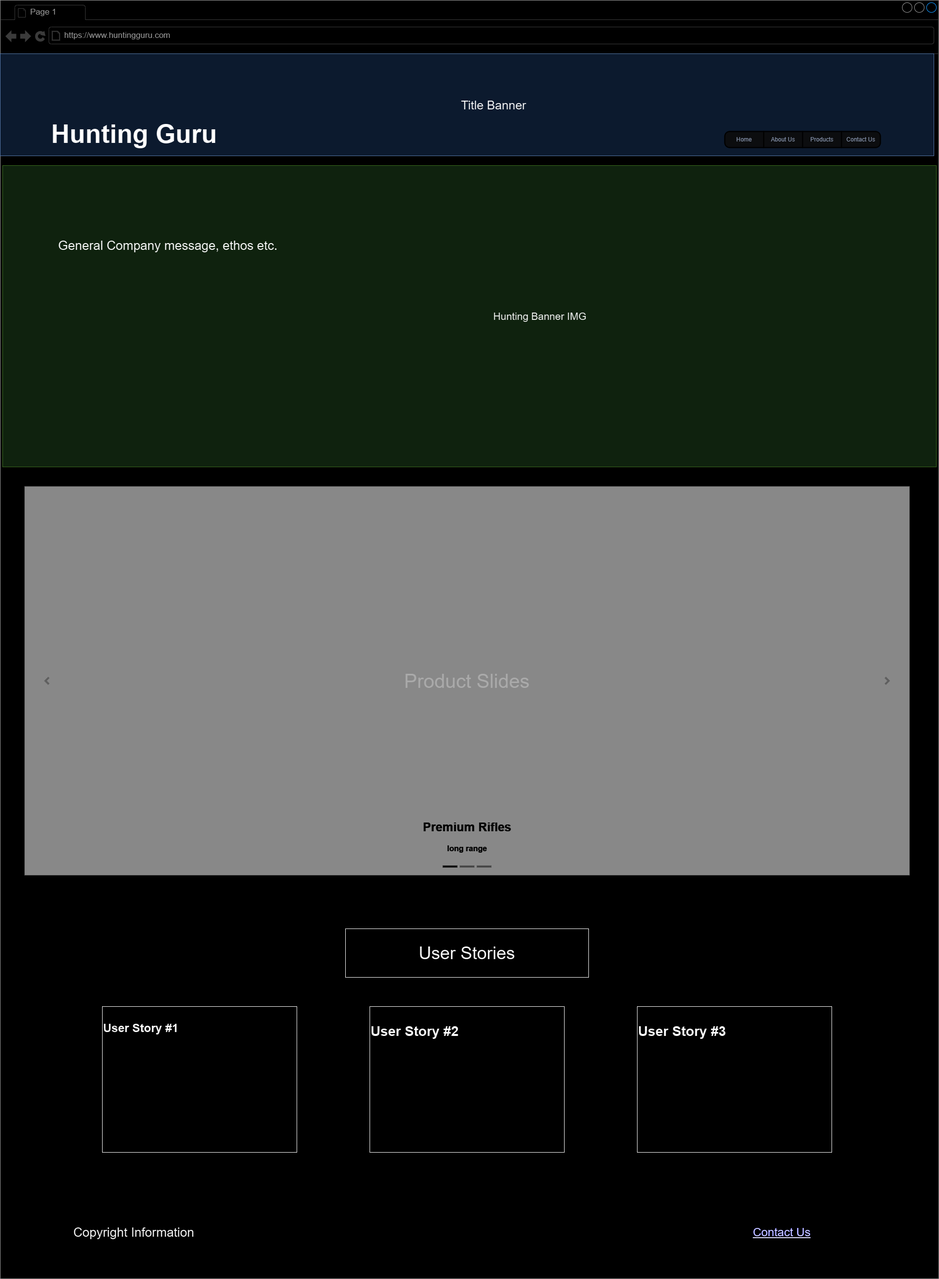
This is Wireframe/HuntingWebsiteTemplate.png from Mccomjon/Hunting-Product-Website, a draw.io export, as it was before one commit. Source tidied: cells renumbered, new cells last; positions are measured from the earlier drawing's top-left corner, leaving out a move shared by most shapes. Source of this version:
```xml
<mxGraphModel>
  <root>
    <mxCell id="0" />
    <mxCell id="1" parent="0" />
    <mxCell id="2" style="strokeWidth=1;shadow=0;dashed=0;align=center;html=1;shape=mxgraph.mockup.containers.browserWindow;rSize=0;strokeColor=#666666;mainText=,;rounded=0;labelBackgroundColor=none;fontFamily=Verdana;fontSize=12;" parent="1" vertex="1">
      <mxGeometry width="1930" height="2630" as="geometry" />
    </mxCell>
    <mxCell id="3" style="rounded=0;whiteSpace=wrap;html=1;fillColor=#dae8fc;strokeColor=#6c8ebf;" parent="2" vertex="1">
      <mxGeometry y="110" width="1920" height="210" as="geometry" />
    </mxCell>
    <mxCell id="4" value="Page 1" style="strokeWidth=1;shadow=0;dashed=0;align=center;html=1;shape=mxgraph.mockup.containers.anchor;fontSize=17;fontColor=#666666;align=left;" parent="2" vertex="1">
      <mxGeometry x="60" y="12" width="110" height="26" as="geometry" />
    </mxCell>
    <mxCell id="5" value="https://www.huntingguru.com" style="strokeWidth=1;shadow=0;dashed=0;align=center;html=1;shape=mxgraph.mockup.containers.anchor;rSize=0;fontSize=17;fontColor=#666666;align=left;" parent="2" vertex="1">
      <mxGeometry x="130" y="60" width="250" height="26" as="geometry" />
    </mxCell>
    <mxCell id="6" value="Hunting Guru" style="text;strokeColor=none;fillColor=none;html=1;fontSize=53;fontStyle=1;verticalAlign=bottom;align=center;" parent="2" vertex="1">
      <mxGeometry x="100" y="240" width="350" height="70" as="geometry" />
    </mxCell>
    <mxCell id="7" value="Product Slides" style="html=1;shadow=0;dashed=0;strokeColor=none;strokeWidth=1;fillColor=#777777;fontColor=#555555;whiteSpace=wrap;align=center;verticalAlign=middle;fontStyle=0;fontSize=40;" parent="2" vertex="1">
      <mxGeometry x="50" y="1000" width="1820" height="800" as="geometry" />
    </mxCell>
    <mxCell id="8" style="html=1;verticalLabelPosition=bottom;labelBackgroundColor=#ffffff;verticalAlign=top;shadow=0;dashed=0;strokeWidth=4;shape=mxgraph.ios7.misc.more;strokeColor=#a0a0a0;" parent="7" vertex="1">
      <mxGeometry x="1" y="0.5" width="7" height="14" relative="1" as="geometry">
        <mxPoint x="-50" y="-7" as="offset" />
      </mxGeometry>
    </mxCell>
    <mxCell id="9" style="flipH=1;html=1;verticalLabelPosition=bottom;labelBackgroundColor=#ffffff;verticalAlign=top;shadow=0;dashed=0;strokeWidth=4;shape=mxgraph.ios7.misc.more;strokeColor=#a0a0a0;" parent="7" vertex="1">
      <mxGeometry y="0.5" width="7" height="14" relative="1" as="geometry">
        <mxPoint x="43" y="-7" as="offset" />
      </mxGeometry>
    </mxCell>
    <mxCell id="10" style="html=1;shadow=0;strokeColor=none;fillColor=#ffffff;" parent="7" vertex="1">
      <mxGeometry x="0.5" y="1" width="30" height="4" relative="1" as="geometry">
        <mxPoint x="-50" y="-20" as="offset" />
      </mxGeometry>
    </mxCell>
    <mxCell id="11" style="html=1;shadow=0;strokeColor=none;fillColor=#BBBBBB;" parent="7" vertex="1">
      <mxGeometry x="0.5" y="1" width="30" height="4" relative="1" as="geometry">
        <mxPoint x="-15" y="-20" as="offset" />
      </mxGeometry>
    </mxCell>
    <mxCell id="12" style="html=1;shadow=0;strokeColor=none;fillColor=#BBBBBB;" parent="7" vertex="1">
      <mxGeometry x="0.5" y="1" width="30" height="4" relative="1" as="geometry">
        <mxPoint x="20" y="-20" as="offset" />
      </mxGeometry>
    </mxCell>
    <mxCell id="13" value="&lt;font size=&quot;1&quot; style=&quot;&quot;&gt;&lt;b style=&quot;font-size: 25px;&quot;&gt;Premium Rifles&lt;/b&gt;&lt;/font&gt;&lt;div&gt;&lt;b style=&quot;background-color: initial; font-size: 16px;&quot;&gt;&lt;br&gt;&lt;/b&gt;&lt;/div&gt;&lt;div&gt;&lt;b style=&quot;background-color: initial; font-size: 16px;&quot;&gt;long range&lt;/b&gt;&lt;br&gt;&lt;/div&gt;" style="html=1;shadow=0;strokeColor=none;fillColor=none;fontColor=#FFFFFF;fontSize=14;" parent="7" vertex="1">
      <mxGeometry y="1" width="1820" height="101" relative="1" as="geometry">
        <mxPoint y="-131" as="offset" />
      </mxGeometry>
    </mxCell>
    <mxCell id="14" value="&lt;font style=&quot;font-size: 25px;&quot;&gt;Title Banner&lt;/font&gt;" style="text;html=1;align=center;verticalAlign=middle;whiteSpace=wrap;rounded=0;" parent="2" vertex="1">
      <mxGeometry x="860" y="190" width="310" height="50" as="geometry" />
    </mxCell>
    <mxCell id="15" style="strokeWidth=1;shadow=0;dashed=0;align=center;html=1;shape=mxgraph.mockup.rrect;rSize=10;fillColor=#F1F2F4;strokeColor=#ffffff;strokeWidth=2;" parent="2" vertex="1">
      <mxGeometry x="1490" y="270" width="320" height="33" as="geometry" />
    </mxCell>
    <mxCell id="16" value="About Us" style="rounded=0;fontSize=12;fontColor=#596780;fontStyle=0;fillColor=none;strokeColor=#ffffff;strokeWidth=2;whiteSpace=wrap;html=1;" parent="15" vertex="1">
      <mxGeometry width="80" height="33" relative="1" as="geometry">
        <mxPoint x="80" as="offset" />
      </mxGeometry>
    </mxCell>
    <mxCell id="17" value="Products" style="rounded=0;fontSize=12;fontColor=#596780;fontStyle=0;fillColor=none;strokeColor=#ffffff;strokeWidth=2;whiteSpace=wrap;html=1;" parent="15" vertex="1">
      <mxGeometry width="80" height="33" relative="1" as="geometry">
        <mxPoint x="160" as="offset" />
      </mxGeometry>
    </mxCell>
    <mxCell id="18" value="Contact Us" style="strokeWidth=1;shadow=0;dashed=0;align=center;html=1;shape=mxgraph.mockup.rightButton;rSize=10;fontSize=12;fontColor=#596780;fontStyle=0;fillColor=none;strokeColor=#ffffff;strokeWidth=2;whiteSpace=wrap;" parent="15" vertex="1">
      <mxGeometry x="1" width="80" height="33" relative="1" as="geometry">
        <mxPoint x="-80" as="offset" />
      </mxGeometry>
    </mxCell>
    <mxCell id="19" value="Home" style="strokeWidth=1;shadow=0;dashed=0;align=center;html=1;shape=mxgraph.mockup.leftButton;rSize=10;fontSize=12;fontColor=#596780;fontStyle=0;fillColor=none;strokeColor=#ffffff;strokeWidth=2;whiteSpace=wrap;" parent="15" vertex="1">
      <mxGeometry width="80" height="33" relative="1" as="geometry" />
    </mxCell>
    <mxCell id="20" value="&lt;font style=&quot;font-size: 36px;&quot;&gt;User Stories&lt;/font&gt;" style="rounded=0;whiteSpace=wrap;html=1;fontSize=36;" parent="2" vertex="1">
      <mxGeometry x="710" y="1910" width="500" height="100" as="geometry" />
    </mxCell>
    <mxCell id="21" value="&lt;h3 style=&quot;font-size: 24px;&quot;&gt;&lt;font style=&quot;font-size: 24px;&quot;&gt;User Story #1&lt;/font&gt;&lt;/h3&gt;" style="rounded=0;whiteSpace=wrap;html=1;align=left;verticalAlign=top;fontSize=24;" parent="2" vertex="1">
      <mxGeometry x="210" y="2070" width="400" height="300" as="geometry" />
    </mxCell>
    <mxCell id="22" value="&lt;h3&gt;User Story #3&lt;/h3&gt;" style="rounded=0;whiteSpace=wrap;html=1;verticalAlign=top;align=left;fontSize=24;" parent="2" vertex="1">
      <mxGeometry x="1310" y="2070" width="400" height="300" as="geometry" />
    </mxCell>
    <mxCell id="23" value="&lt;h3&gt;User Story #2&lt;/h3&gt;" style="rounded=0;whiteSpace=wrap;html=1;align=left;verticalAlign=top;fontSize=24;" parent="2" vertex="1">
      <mxGeometry x="760" y="2070" width="400" height="300" as="geometry" />
    </mxCell>
    <mxCell id="24" value="Copyright Information" style="text;html=1;align=center;verticalAlign=middle;whiteSpace=wrap;rounded=0;fontSize=26;" parent="2" vertex="1">
      <mxGeometry x="120" y="2520" width="310" height="30" as="geometry" />
    </mxCell>
    <mxCell id="25" value="Contact Us" style="text;html=1;strokeColor=none;fillColor=none;whiteSpace=wrap;align=center;verticalAlign=middle;fontColor=#0000EE;fontStyle=4;fontSize=24;" parent="2" vertex="1">
      <mxGeometry x="1500" y="2515" width="215" height="40" as="geometry" />
    </mxCell>
    <mxCell id="26" style="rounded=0;whiteSpace=wrap;html=1;fillColor=#d5e8d4;strokeColor=#82b366;" parent="1" vertex="1">
      <mxGeometry x="5" y="340" width="1920" height="620" as="geometry" />
    </mxCell>
    <mxCell id="27" value="&lt;font style=&quot;font-size: 26px;&quot;&gt;General Company message, ethos etc.&lt;/font&gt;" style="text;html=1;align=center;verticalAlign=middle;whiteSpace=wrap;rounded=0;" parent="1" vertex="1">
      <mxGeometry x="75" y="425" width="540" height="160" as="geometry" />
    </mxCell>
    <mxCell id="28" value="&lt;font style=&quot;font-size: 21px;&quot;&gt;Hunting Banner IMG&lt;/font&gt;" style="text;html=1;align=center;verticalAlign=middle;whiteSpace=wrap;rounded=0;" parent="1" vertex="1">
      <mxGeometry x="995" y="635" width="230" height="30" as="geometry" />
    </mxCell>
  </root>
</mxGraphModel>
```
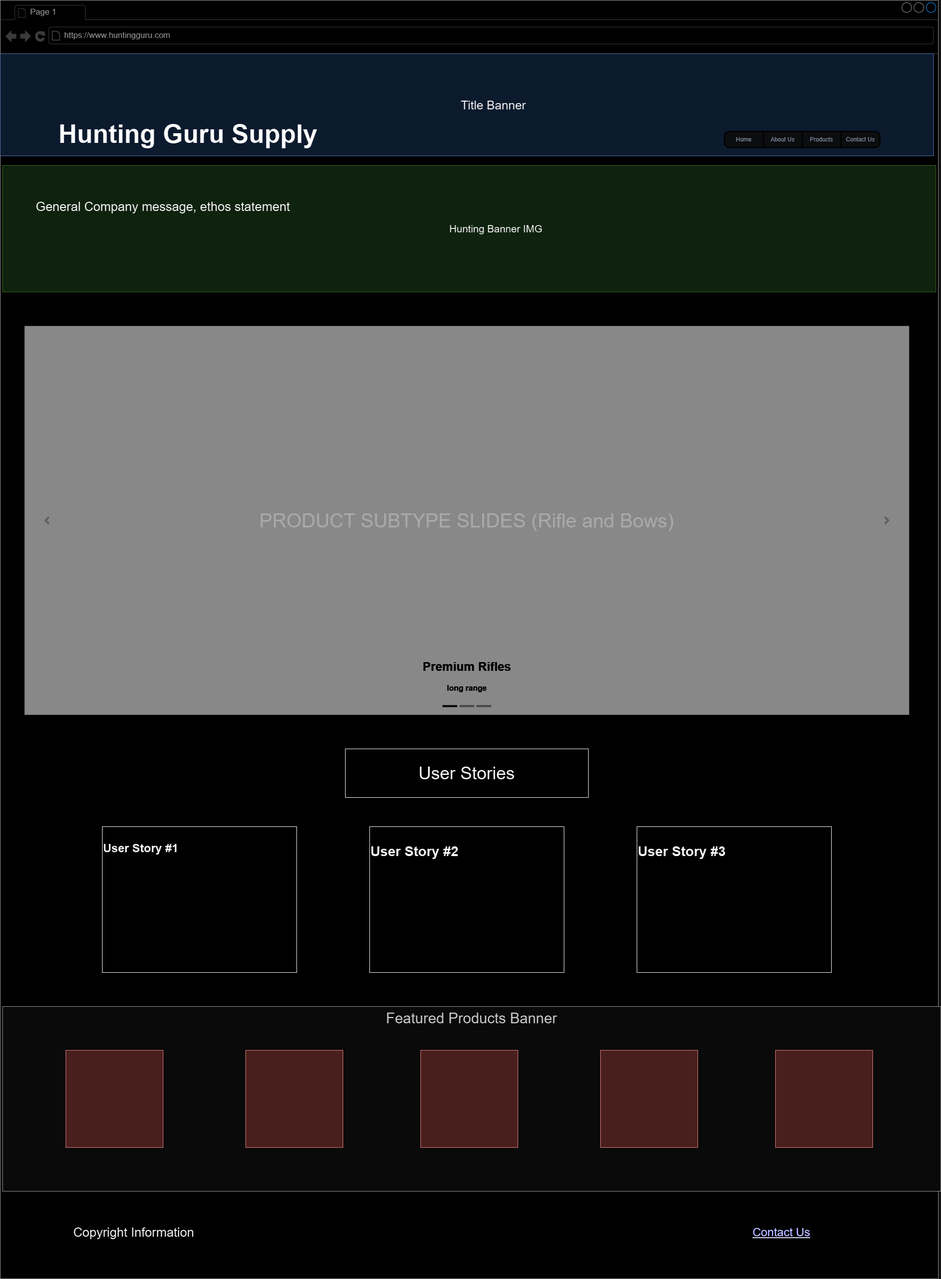
Above is the later version.

Commit message:
Edited Wireframe and added inspiration links to README

The edit, as a diff of the source:
```diff
@@ -14,11 +14,11 @@
     <mxCell id="5" value="https://www.huntingguru.com" style="strokeWidth=1;shadow=0;dashed=0;align=center;html=1;shape=mxgraph.mockup.containers.anchor;rSize=0;fontSize=17;fontColor=#666666;align=left;" parent="2" vertex="1">
       <mxGeometry x="130" y="60" width="250" height="26" as="geometry" />
     </mxCell>
-    <mxCell id="6" value="Hunting Guru" style="text;strokeColor=none;fillColor=none;html=1;fontSize=53;fontStyle=1;verticalAlign=bottom;align=center;" parent="2" vertex="1">
-      <mxGeometry x="100" y="240" width="350" height="70" as="geometry" />
+    <mxCell id="6" value="Hunting Guru Supply" style="text;strokeColor=none;fillColor=none;html=1;fontSize=53;fontStyle=1;verticalAlign=bottom;align=center;" parent="2" vertex="1">
+      <mxGeometry x="101" y="240" width="570" height="70" as="geometry" />
     </mxCell>
-    <mxCell id="7" value="Product Slides" style="html=1;shadow=0;dashed=0;strokeColor=none;strokeWidth=1;fillColor=#777777;fontColor=#555555;whiteSpace=wrap;align=center;verticalAlign=middle;fontStyle=0;fontSize=40;" parent="2" vertex="1">
-      <mxGeometry x="50" y="1000" width="1820" height="800" as="geometry" />
+    <mxCell id="7" value="PRODUCT SUBTYPE SLIDES (Rifle and Bows)" style="html=1;shadow=0;dashed=0;strokeColor=none;strokeWidth=1;fillColor=#777777;fontColor=#555555;whiteSpace=wrap;align=center;verticalAlign=middle;fontStyle=0;fontSize=40;" parent="2" vertex="1">
+      <mxGeometry x="50" y="670" width="1820" height="800" as="geometry" />
     </mxCell>
     <mxCell id="8" style="html=1;verticalLabelPosition=bottom;labelBackgroundColor=#ffffff;verticalAlign=top;shadow=0;dashed=0;strokeWidth=4;shape=mxgraph.ios7.misc.more;strokeColor=#a0a0a0;" parent="7" vertex="1">
       <mxGeometry x="1" y="0.5" width="7" height="14" relative="1" as="geometry">
@@ -75,16 +75,16 @@
       <mxGeometry width="80" height="33" relative="1" as="geometry" />
     </mxCell>
     <mxCell id="20" value="&lt;font style=&quot;font-size: 36px;&quot;&gt;User Stories&lt;/font&gt;" style="rounded=0;whiteSpace=wrap;html=1;fontSize=36;" parent="2" vertex="1">
-      <mxGeometry x="710" y="1910" width="500" height="100" as="geometry" />
+      <mxGeometry x="710" y="1540" width="500" height="100" as="geometry" />
     </mxCell>
     <mxCell id="21" value="&lt;h3 style=&quot;font-size: 24px;&quot;&gt;&lt;font style=&quot;font-size: 24px;&quot;&gt;User Story #1&lt;/font&gt;&lt;/h3&gt;" style="rounded=0;whiteSpace=wrap;html=1;align=left;verticalAlign=top;fontSize=24;" parent="2" vertex="1">
-      <mxGeometry x="210" y="2070" width="400" height="300" as="geometry" />
+      <mxGeometry x="210" y="1700" width="400" height="300" as="geometry" />
     </mxCell>
     <mxCell id="22" value="&lt;h3&gt;User Story #3&lt;/h3&gt;" style="rounded=0;whiteSpace=wrap;html=1;verticalAlign=top;align=left;fontSize=24;" parent="2" vertex="1">
-      <mxGeometry x="1310" y="2070" width="400" height="300" as="geometry" />
+      <mxGeometry x="1310" y="1700" width="400" height="300" as="geometry" />
     </mxCell>
     <mxCell id="23" value="&lt;h3&gt;User Story #2&lt;/h3&gt;" style="rounded=0;whiteSpace=wrap;html=1;align=left;verticalAlign=top;fontSize=24;" parent="2" vertex="1">
-      <mxGeometry x="760" y="2070" width="400" height="300" as="geometry" />
+      <mxGeometry x="760" y="1700" width="400" height="300" as="geometry" />
     </mxCell>
     <mxCell id="24" value="Copyright Information" style="text;html=1;align=center;verticalAlign=middle;whiteSpace=wrap;rounded=0;fontSize=26;" parent="2" vertex="1">
       <mxGeometry x="120" y="2520" width="310" height="30" as="geometry" />
@@ -93,13 +93,31 @@
       <mxGeometry x="1500" y="2515" width="215" height="40" as="geometry" />
     </mxCell>
     <mxCell id="26" style="rounded=0;whiteSpace=wrap;html=1;fillColor=#d5e8d4;strokeColor=#82b366;" parent="1" vertex="1">
-      <mxGeometry x="5" y="340" width="1920" height="620" as="geometry" />
+      <mxGeometry x="5" y="340" width="1920" height="260" as="geometry" />
     </mxCell>
-    <mxCell id="27" value="&lt;font style=&quot;font-size: 26px;&quot;&gt;General Company message, ethos etc.&lt;/font&gt;" style="text;html=1;align=center;verticalAlign=middle;whiteSpace=wrap;rounded=0;" parent="1" vertex="1">
-      <mxGeometry x="75" y="425" width="540" height="160" as="geometry" />
+    <mxCell id="27" value="&lt;font style=&quot;font-size: 26px;&quot;&gt;General Company message, ethos statement&lt;/font&gt;" style="text;html=1;align=center;verticalAlign=middle;whiteSpace=wrap;rounded=0;" parent="1" vertex="1">
+      <mxGeometry x="65" y="345" width="540" height="160" as="geometry" />
     </mxCell>
     <mxCell id="28" value="&lt;font style=&quot;font-size: 21px;&quot;&gt;Hunting Banner IMG&lt;/font&gt;" style="text;html=1;align=center;verticalAlign=middle;whiteSpace=wrap;rounded=0;" parent="1" vertex="1">
-      <mxGeometry x="995" y="635" width="230" height="30" as="geometry" />
+      <mxGeometry x="905" y="455" width="230" height="30" as="geometry" />
     </mxCell>
+    <mxCell id="29" value="Featured Products Banner" style="rounded=0;whiteSpace=wrap;html=1;fontSize=30;verticalAlign=top;fillColor=#f5f5f5;fontColor=#333333;strokeColor=#666666;" parent="1" vertex="1">
+      <mxGeometry x="5" y="2070" width="1930" height="380" as="geometry" />
+    </mxCell>
+    <mxCell id="30" style="whiteSpace=wrap;html=1;fillColor=#f8cecc;strokeColor=#b85450;" parent="1" vertex="1">
+      <mxGeometry x="135" y="2160" width="200" height="200" as="geometry" />
+    </mxCell>
+    <mxCell id="31" style="whiteSpace=wrap;html=1;fillColor=#f8cecc;strokeColor=#b85450;" parent="1" vertex="1">
+      <mxGeometry x="865" y="2160" width="200" height="200" as="geometry" />
+    </mxCell>
+    <mxCell id="32" style="whiteSpace=wrap;html=1;fillColor=#f8cecc;strokeColor=#b85450;" parent="1" vertex="1">
+      <mxGeometry x="1595" y="2160" width="200" height="200" as="geometry" />
+    </mxCell>
+    <mxCell id="33" style="whiteSpace=wrap;html=1;fillColor=#f8cecc;strokeColor=#b85450;" parent="1" vertex="1">
+      <mxGeometry x="505" y="2160" width="200" height="200" as="geometry" />
+    </mxCell>
+    <mxCell id="34" style="whiteSpace=wrap;html=1;fillColor=#f8cecc;strokeColor=#b85450;" parent="1" vertex="1">
+      <mxGeometry x="1235" y="2160" width="200" height="200" as="geometry" />
+    </mxCell>
   </root>
 </mxGraphModel>
```
